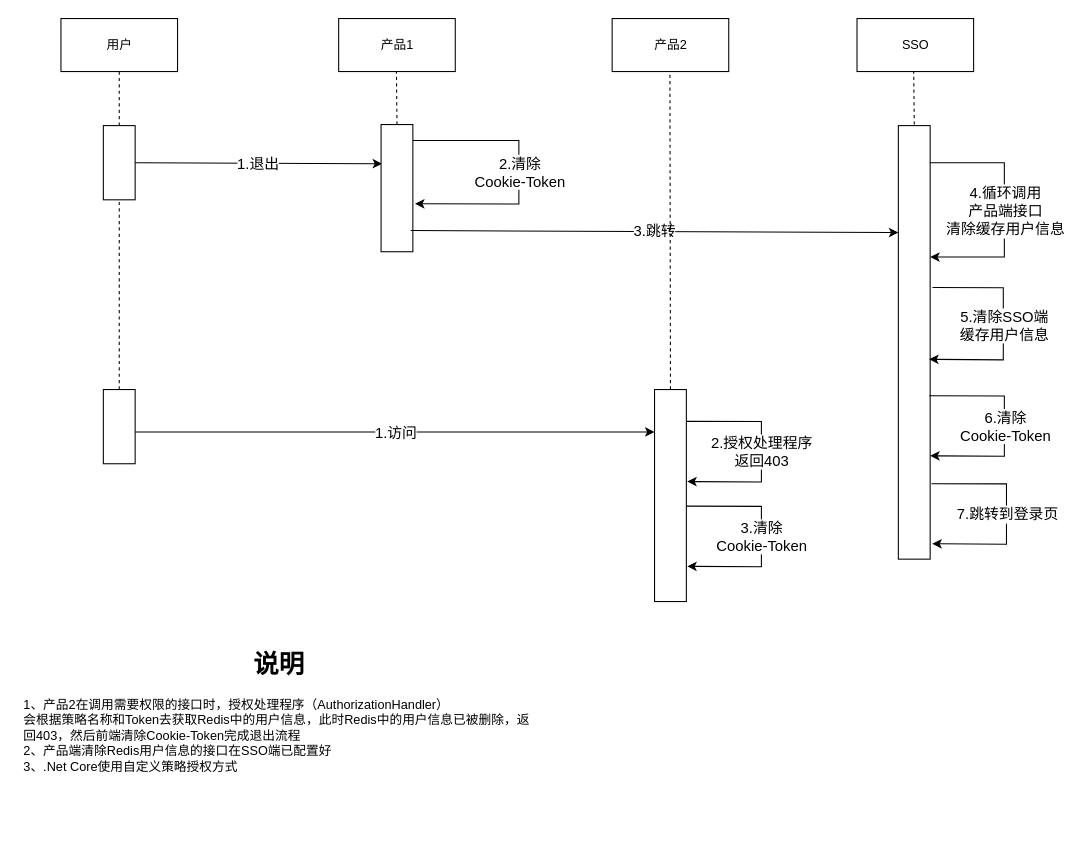
The draw.io diagram Project/SSO-退出.drawio in hao15239129517/drawio, before the edit. Source tidied: cells renumbered, new cells numbered last; positions are measured from the earlier drawing's top-left corner, leaving out a move shared by most shapes. Both pictures are drawn from the tidied source at 106%, with x=0, y=0 at pixel (18, 18).
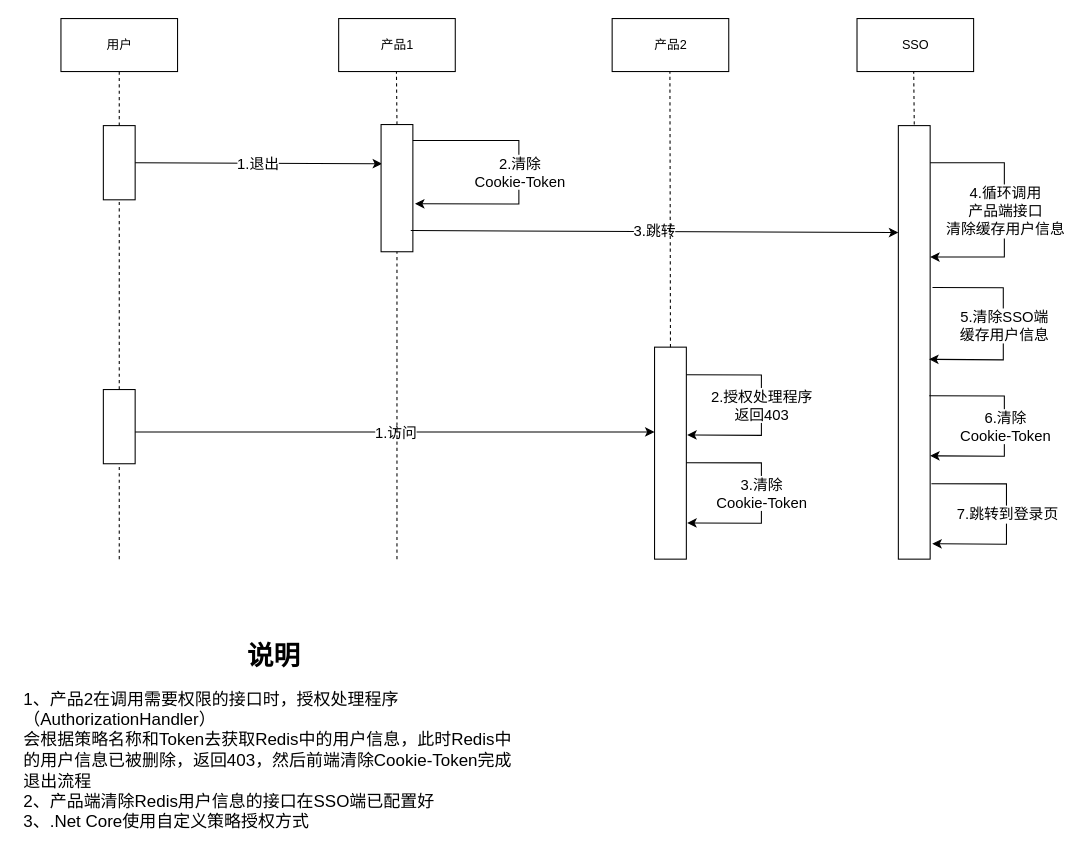
The same page after the edit.

The change refers to these unchanged cells:
```xml
<mxCell id="9" style="rounded=0;whiteSpace=wrap;html=1;" parent="1" vertex="1">
  <mxGeometry x="342" y="100" width="30" height="120" as="geometry" />
</mxCell>
```

Change to the diagram source:
```diff
@@
     <mxCell id="26" style="rounded=0;whiteSpace=wrap;html=1;" parent="1" vertex="1">
-      <mxGeometry x="600" y="350" width="30" height="200" as="geometry" />
+      <mxGeometry x="600" y="310" width="30" height="200" as="geometry" />
     </mxCell>
@@
     <mxCell id="31" style="endArrow=classic;html=1;rounded=0;strokeWidth=1;fontSize=14;entryX=1;entryY=0.5;entryDx=0;entryDy=0;exitX=0.973;exitY=0.728;exitDx=0;exitDy=0;exitPerimeter=0;" parent="1" edge="1">
       <mxGeometry relative="1" as="geometry">
-        <mxPoint x="630" y="380" as="sourcePoint" />
-        <mxPoint x="630.8" y="436.8" as="targetPoint" />
+        <mxPoint x="630" y="336" as="sourcePoint" />
+        <mxPoint x="630.8" y="392.8" as="targetPoint" />
         <Array as="points">
-          <mxPoint x="700.8" y="380.2" />
-          <mxPoint x="700.8" y="437.2" />
+          <mxPoint x="700.8" y="336.2" />
+          <mxPoint x="700.8" y="393.2" />
         </Array>
       </mxGeometry>
     </mxCell>
@@
     <mxCell id="33" style="endArrow=classic;html=1;rounded=0;strokeWidth=1;fontSize=14;entryX=1;entryY=0.5;entryDx=0;entryDy=0;exitX=0.973;exitY=0.728;exitDx=0;exitDy=0;exitPerimeter=0;" parent="1" edge="1">
       <mxGeometry relative="1" as="geometry">
-        <mxPoint x="630" y="460" as="sourcePoint" />
-        <mxPoint x="630.8" y="516.8" as="targetPoint" />
+        <mxPoint x="630" y="419" as="sourcePoint" />
+        <mxPoint x="630.8" y="475.8" as="targetPoint" />
         <Array as="points">
-          <mxPoint x="700.8" y="460.2" />
-          <mxPoint x="700.8" y="517.2" />
+          <mxPoint x="700.8" y="419.2" />
+          <mxPoint x="700.8" y="476.2" />
         </Array>
       </mxGeometry>
     </mxCell>
@@
-    <mxCell id="35" value="&lt;h1 style=&quot;text-align: center;&quot;&gt;说明&lt;/h1&gt;&lt;p&gt;1、产品2在调用需要权限的接口时，授权处理程序（AuthorizationHandler）&lt;br style=&quot;border-color: var(--border-color);&quot;&gt;会根据策略名称和Token去获取Redis中的用户信息，此时Redis中的用户信息已被删除，返回403，然后前端清除Cookie-Token完成退出流程&lt;br style=&quot;border-color: var(--border-color);&quot;&gt;2、产品端清除Redis用户信息的接口在SSO端已配置好&lt;br style=&quot;border-color: var(--border-color);&quot;&gt;3、.Net Core使用自定义策略授权方式&lt;br&gt;&lt;/p&gt;" style="text;html=1;strokeColor=none;fillColor=none;spacing=5;spacingTop=-20;whiteSpace=wrap;overflow=hidden;rounded=0;" parent="1" vertex="1">
-      <mxGeometry y="590" width="490" height="150" as="geometry" />
+    <mxCell id="35" value="&lt;h1 style=&quot;text-align: center;&quot;&gt;&lt;font style=&quot;font-size: 25px;&quot;&gt;说明&lt;/font&gt;&lt;/h1&gt;&lt;p style=&quot;font-size: 16px;&quot;&gt;&lt;font style=&quot;font-size: 16px;&quot;&gt;1、产品2在调用需要权限的接口时，授权处理程序（AuthorizationHandler）&lt;br style=&quot;border-color: var(--border-color);&quot;&gt;会根据策略名称和Token去获取Redis中的用户信息，此时Redis中的用户信息已被删除，返回403，然后前端清除Cookie-Token完成退出流程&lt;br style=&quot;border-color: var(--border-color);&quot;&gt;2、产品端清除Redis用户信息的接口在SSO端已配置好&lt;br style=&quot;border-color: var(--border-color);&quot;&gt;3、.Net Core使用自定义策略授权方式&lt;/font&gt;&lt;br&gt;&lt;/p&gt;" style="text;html=1;strokeColor=none;fillColor=none;spacing=5;spacingTop=-20;whiteSpace=wrap;overflow=hidden;rounded=0;" parent="1" vertex="1">
+      <mxGeometry y="580" width="480" height="200" as="geometry" />
     </mxCell>
@@
+    <mxCell id="37" style="endArrow=none;dashed=1;html=1;rounded=0;strokeWidth=1;fontSize=14;entryX=0.5;entryY=1;entryDx=0;entryDy=0;" parent="1" edge="1" target="9">
+      <mxGeometry x="-1" y="109" relative="1" as="geometry">
+        <mxPoint x="357" y="510" as="sourcePoint" />
+        <mxPoint x="104" y="109" as="offset" />
+      </mxGeometry>
+    </mxCell>
+    <mxCell id="38" style="endArrow=none;dashed=1;html=1;rounded=0;strokeWidth=1;fontSize=14;" parent="1" edge="1">
+      <mxGeometry x="-1" y="109" relative="1" as="geometry">
+        <mxPoint x="95" y="510" as="sourcePoint" />
+        <mxPoint x="95" y="420" as="targetPoint" />
+        <mxPoint x="104" y="109" as="offset" />
+      </mxGeometry>
+    </mxCell>
```
